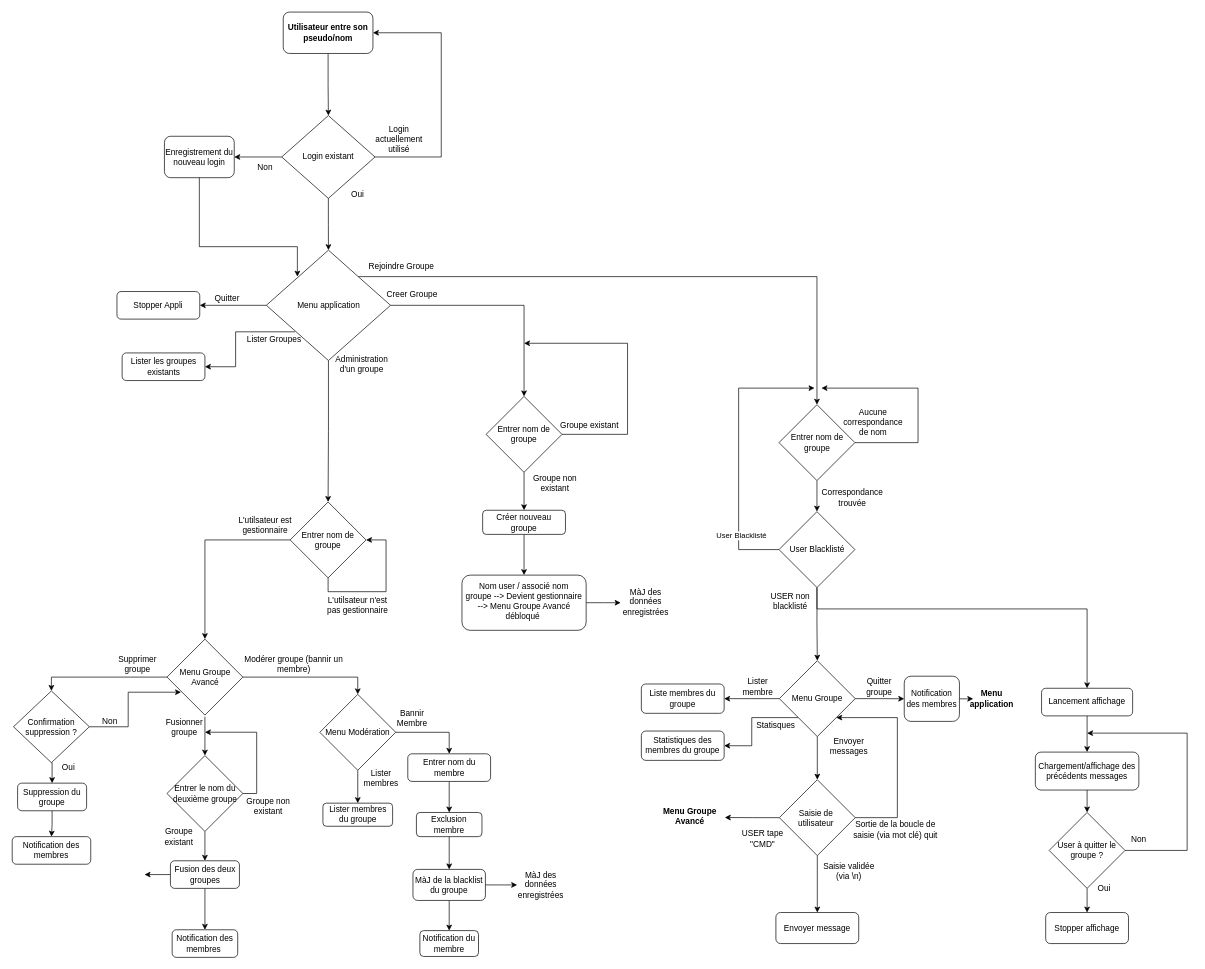
Above: docs/Diagramme/DiagrammeFlux_Projet_a_jourV2.drawio in clementfvrl/projet_linux (draw.io), before the change. Source tidied: cells renumbered, new cells numbered last; positions are measured from the earlier drawing's top-left corner, leaving out a move shared by most shapes. Both pictures are drawn from the tidied source at 69%, with x=0, y=0 at pixel (12, 12).
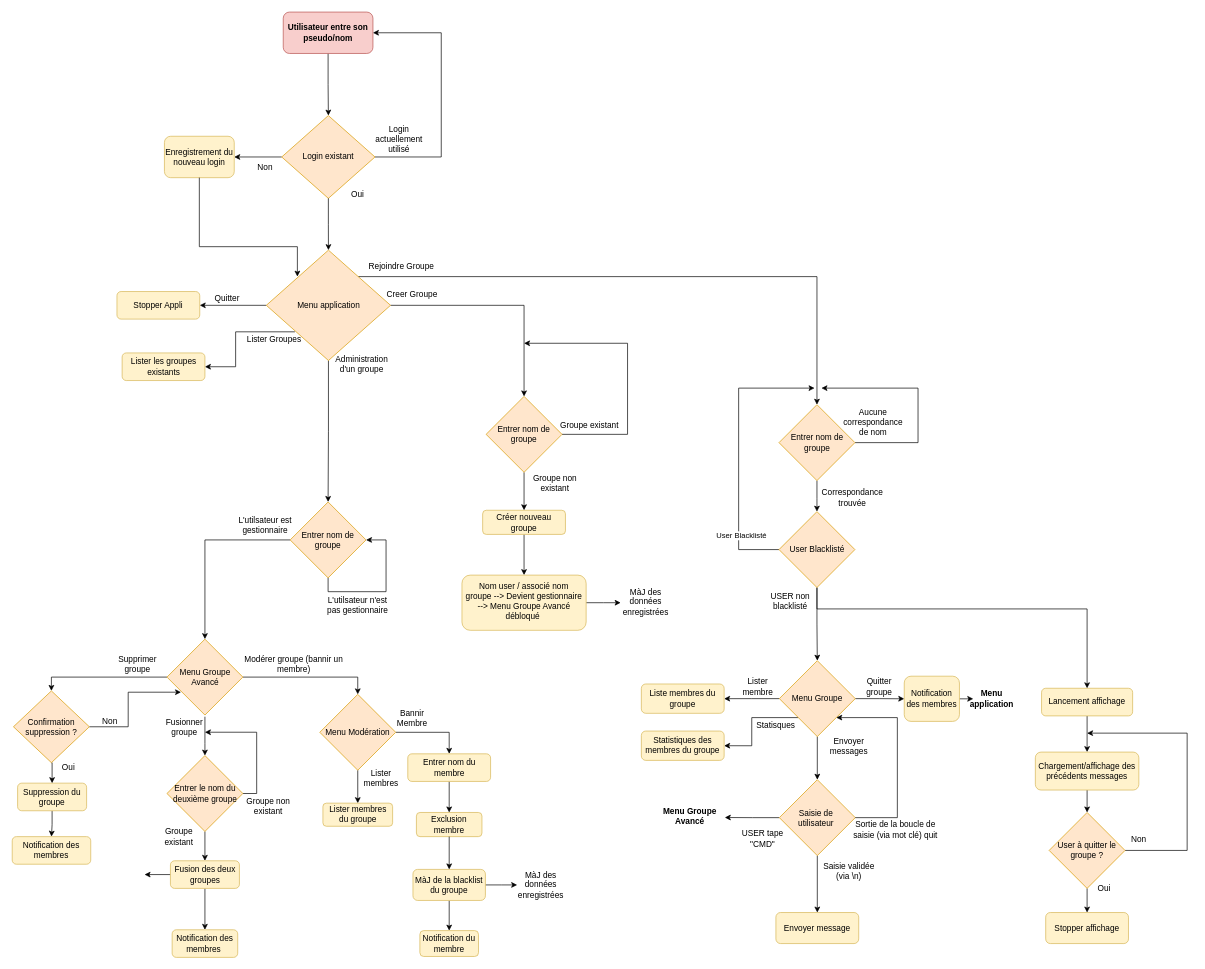
The same page after the edit.

What changed in the source:
```diff
@@
-    <mxCell id="3" value="&lt;b&gt;Utilisateur entre son pseudo/nom&lt;/b&gt;" style="rounded=1;whiteSpace=wrap;html=1;fontSize=12;glass=0;strokeWidth=1;shadow=0;" parent="1" vertex="1">
+    <mxCell id="3" value="&lt;b&gt;Utilisateur entre son pseudo/nom&lt;/b&gt;" style="rounded=1;whiteSpace=wrap;html=1;fontSize=12;glass=0;strokeWidth=1;shadow=0;fillColor=#f8cecc;strokeColor=#b85450;" parent="1" vertex="1">
       <mxGeometry x="393" width="130" height="60" as="geometry" />
     </mxCell>
@@
-    <mxCell id="5" value="Créer nouveau groupe" style="whiteSpace=wrap;html=1;rounded=1;glass=0;strokeWidth=1;shadow=0;" parent="1" vertex="1">
+    <mxCell id="5" value="Créer nouveau groupe" style="whiteSpace=wrap;html=1;rounded=1;glass=0;strokeWidth=1;shadow=0;fillColor=#fff2cc;strokeColor=#d6b656;" parent="1" vertex="1">
       <mxGeometry x="682" y="722" width="120" height="35" as="geometry" />
     </mxCell>
@@
-    <mxCell id="10" value="Saisie de&amp;nbsp;&lt;div&gt;utilisateur&amp;nbsp;&lt;/div&gt;" style="rhombus;whiteSpace=wrap;html=1;" parent="1" vertex="1">
+    <mxCell id="10" value="Saisie de&amp;nbsp;&lt;div&gt;utilisateur&amp;nbsp;&lt;/div&gt;" style="rhombus;whiteSpace=wrap;html=1;fillColor=#ffe6cc;strokeColor=#d79b00;" parent="1" vertex="1">
       <mxGeometry x="1112" y="1112.5" width="110" height="110" as="geometry" />
     </mxCell>
@@
-    <mxCell id="15" value="Menu Groupe" style="rhombus;whiteSpace=wrap;html=1;" parent="1" vertex="1">
+    <mxCell id="15" value="Menu Groupe" style="rhombus;whiteSpace=wrap;html=1;fillColor=#ffe6cc;strokeColor=#d79b00;" parent="1" vertex="1">
       <mxGeometry x="1112" y="940" width="110" height="110" as="geometry" />
     </mxCell>
-    <mxCell id="16" value="Liste membres du groupe" style="rounded=1;whiteSpace=wrap;html=1;" parent="1" vertex="1">
+    <mxCell id="16" value="Liste membres du groupe" style="rounded=1;whiteSpace=wrap;html=1;fillColor=#fff2cc;strokeColor=#d6b656;" parent="1" vertex="1">
       <mxGeometry x="912" y="973.8" width="120" height="42.5" as="geometry" />
     </mxCell>
@@
-    <mxCell id="28" value="Menu application" style="rhombus;whiteSpace=wrap;html=1;points=[[0,0.5,0,0,0],[0.23,0.74,0,0,0],[0.25,0.24,0,0,0],[0.5,0,0,0,0],[0.5,1,0,0,0],[0.74,0.24,0,0,0],[0.76,0.74,0,0,0],[1,0.5,0,0,0]];" parent="1" vertex="1">
+    <mxCell id="28" value="Menu application" style="rhombus;whiteSpace=wrap;html=1;points=[[0,0.5,0,0,0],[0.23,0.74,0,0,0],[0.25,0.24,0,0,0],[0.5,0,0,0,0],[0.5,1,0,0,0],[0.74,0.24,0,0,0],[0.76,0.74,0,0,0],[1,0.5,0,0,0]];fillColor=#ffe6cc;strokeColor=#d79b00;" parent="1" vertex="1">
       <mxGeometry x="368.5" y="345" width="180" height="160" as="geometry" />
     </mxCell>
@@
-    <mxCell id="31" value="Entrer nom de groupe" style="rhombus;whiteSpace=wrap;html=1;" parent="1" vertex="1">
+    <mxCell id="31" value="Entrer nom de groupe" style="rhombus;whiteSpace=wrap;html=1;fillColor=#ffe6cc;strokeColor=#d79b00;" parent="1" vertex="1">
       <mxGeometry x="687" y="557" width="110" height="110" as="geometry" />
     </mxCell>
-    <mxCell id="32" value="Lister les groupes existants" style="rounded=1;whiteSpace=wrap;html=1;fontSize=12;glass=0;strokeWidth=1;shadow=0;" parent="1" vertex="1">
+    <mxCell id="32" value="Lister les groupes existants" style="rounded=1;whiteSpace=wrap;html=1;fontSize=12;glass=0;strokeWidth=1;shadow=0;fillColor=#fff2cc;strokeColor=#d6b656;" parent="1" vertex="1">
       <mxGeometry x="159.5" y="494" width="120" height="40" as="geometry" />
     </mxCell>
@@
-    <mxCell id="34" value="Nom user / associé nom groupe --&amp;gt; Devient gestionnaire --&amp;gt; Menu Groupe Avancé débloqué&amp;nbsp;" style="rounded=1;whiteSpace=wrap;html=1;shadow=0;strokeWidth=1;spacing=6;spacingTop=-4;" parent="1" vertex="1">
+    <mxCell id="34" value="Nom user / associé nom groupe --&amp;gt; Devient gestionnaire --&amp;gt; Menu Groupe Avancé débloqué&amp;nbsp;" style="rounded=1;whiteSpace=wrap;html=1;shadow=0;strokeWidth=1;spacing=6;spacingTop=-4;fillColor=#fff2cc;strokeColor=#d6b656;" parent="1" vertex="1">
       <mxGeometry x="652" y="816" width="180" height="80" as="geometry" />
     </mxCell>
@@
-    <mxCell id="37" value="Menu Groupe&lt;div&gt;Avancé&lt;/div&gt;" style="rhombus;whiteSpace=wrap;html=1;" parent="1" vertex="1">
+    <mxCell id="37" value="Menu Groupe&lt;div&gt;Avancé&lt;/div&gt;" style="rhombus;whiteSpace=wrap;html=1;fillColor=#ffe6cc;strokeColor=#d79b00;" parent="1" vertex="1">
       <mxGeometry x="224.5" y="908.8" width="110" height="110" as="geometry" />
     </mxCell>
@@
-    <mxCell id="40" value="Entrer nom du membre" style="rounded=1;whiteSpace=wrap;html=1;" parent="1" vertex="1">
+    <mxCell id="40" value="Entrer nom du membre" style="rounded=1;whiteSpace=wrap;html=1;fillColor=#fff2cc;strokeColor=#d6b656;" parent="1" vertex="1">
       <mxGeometry x="573.5" y="1075" width="120" height="40" as="geometry" />
     </mxCell>
@@
-    <mxCell id="42" value="Suppression du groupe" style="rounded=1;whiteSpace=wrap;html=1;" parent="1" vertex="1">
+    <mxCell id="42" value="Suppression du groupe" style="rounded=1;whiteSpace=wrap;html=1;fillColor=#fff2cc;strokeColor=#d6b656;" parent="1" vertex="1">
       <mxGeometry x="8" y="1117.5" width="100" height="40" as="geometry" />
     </mxCell>
@@
-    <mxCell id="46" value="Fusion des deux groupes" style="rounded=1;whiteSpace=wrap;html=1;" parent="1" vertex="1">
+    <mxCell id="46" value="Fusion des deux groupes" style="rounded=1;whiteSpace=wrap;html=1;fillColor=#fff2cc;strokeColor=#d6b656;" parent="1" vertex="1">
       <mxGeometry x="229.5" y="1230" width="100" height="40" as="geometry" />
     </mxCell>
@@
-    <mxCell id="50" value="Exclusion membre" style="rounded=1;whiteSpace=wrap;html=1;" parent="1" vertex="1">
+    <mxCell id="50" value="Exclusion membre" style="rounded=1;whiteSpace=wrap;html=1;fillColor=#fff2cc;strokeColor=#d6b656;" parent="1" vertex="1">
       <mxGeometry x="586" y="1160" width="95" height="35" as="geometry" />
     </mxCell>
@@
-    <mxCell id="52" value="MàJ de la blacklist du groupe" style="whiteSpace=wrap;html=1;rounded=1;" parent="1" vertex="1">
+    <mxCell id="52" value="MàJ de la blacklist du groupe" style="whiteSpace=wrap;html=1;rounded=1;fillColor=#fff2cc;strokeColor=#d6b656;" parent="1" vertex="1">
       <mxGeometry x="581" y="1242.5" width="105" height="45" as="geometry" />
     </mxCell>
-    <mxCell id="53" value="Notification des membres&amp;nbsp;" style="rounded=1;whiteSpace=wrap;html=1;" parent="1" vertex="1">
+    <mxCell id="53" value="Notification des membres&amp;nbsp;" style="rounded=1;whiteSpace=wrap;html=1;fillColor=#fff2cc;strokeColor=#d6b656;" parent="1" vertex="1">
       <mxGeometry x="232" y="1330" width="95" height="40" as="geometry" />
     </mxCell>
-    <mxCell id="54" value="Notification du membre" style="rounded=1;whiteSpace=wrap;html=1;" parent="1" vertex="1">
+    <mxCell id="54" value="Notification du membre" style="rounded=1;whiteSpace=wrap;html=1;fillColor=#fff2cc;strokeColor=#d6b656;" parent="1" vertex="1">
       <mxGeometry x="591" y="1331.2" width="85" height="37.5" as="geometry" />
     </mxCell>
@@
-    <mxCell id="57" value="Entrer nom de groupe" style="rhombus;whiteSpace=wrap;html=1;" parent="1" vertex="1">
+    <mxCell id="57" value="Entrer nom de groupe" style="rhombus;whiteSpace=wrap;html=1;fillColor=#ffe6cc;strokeColor=#d79b00;" parent="1" vertex="1">
       <mxGeometry x="403" y="710" width="110" height="110" as="geometry" />
     </mxCell>
@@
-    <mxCell id="64" value="Entrer nom de groupe" style="rhombus;whiteSpace=wrap;html=1;" parent="1" vertex="1">
+    <mxCell id="64" value="Entrer nom de groupe" style="rhombus;whiteSpace=wrap;html=1;fillColor=#ffe6cc;strokeColor=#d79b00;" parent="1" vertex="1">
       <mxGeometry x="1111.5" y="569" width="110" height="110" as="geometry" />
     </mxCell>
@@
-    <mxCell id="68" value="Lancement affichage" style="rounded=1;whiteSpace=wrap;html=1;" parent="1" vertex="1">
+    <mxCell id="68" value="Lancement affichage" style="rounded=1;whiteSpace=wrap;html=1;fillColor=#fff2cc;strokeColor=#d6b656;" parent="1" vertex="1">
       <mxGeometry x="1492" y="980" width="132" height="40" as="geometry" />
     </mxCell>
@@
-    <mxCell id="71" value="Chargement/affichage des précédents messages" style="rounded=1;whiteSpace=wrap;html=1;" parent="1" vertex="1">
+    <mxCell id="71" value="Chargement/affichage des précédents messages" style="rounded=1;whiteSpace=wrap;html=1;fillColor=#fff2cc;strokeColor=#d6b656;" parent="1" vertex="1">
       <mxGeometry x="1483" y="1072.5" width="150" height="55" as="geometry" />
     </mxCell>
-    <mxCell id="72" value="Envoyer message" style="rounded=1;whiteSpace=wrap;html=1;" parent="1" vertex="1">
+    <mxCell id="72" value="Envoyer message" style="rounded=1;whiteSpace=wrap;html=1;fillColor=#fff2cc;strokeColor=#d6b656;" parent="1" vertex="1">
       <mxGeometry x="1107" y="1305" width="120" height="45" as="geometry" />
     </mxCell>
@@
-    <mxCell id="78" value="Confirmation suppression ?" style="rhombus;whiteSpace=wrap;html=1;" parent="1" vertex="1">
+    <mxCell id="78" value="Confirmation suppression ?" style="rhombus;whiteSpace=wrap;html=1;fillColor=#ffe6cc;strokeColor=#d79b00;" parent="1" vertex="1">
       <mxGeometry x="2" y="983.8" width="110" height="104" as="geometry" />
     </mxCell>
-    <mxCell id="79" value="Notification des membres" style="rounded=1;whiteSpace=wrap;html=1;" parent="1" vertex="1">
+    <mxCell id="79" value="Notification des membres" style="rounded=1;whiteSpace=wrap;html=1;fillColor=#fff2cc;strokeColor=#d6b656;" parent="1" vertex="1">
       <mxGeometry x="0.2" y="1195" width="113.8" height="40" as="geometry" />
     </mxCell>
@@
-    <mxCell id="84" value="Entrer le nom du deuxième groupe" style="rhombus;whiteSpace=wrap;html=1;" parent="1" vertex="1">
+    <mxCell id="84" value="Entrer le nom du deuxième groupe" style="rhombus;whiteSpace=wrap;html=1;fillColor=#ffe6cc;strokeColor=#d79b00;" parent="1" vertex="1">
       <mxGeometry x="224.5" y="1077.5" width="110" height="110" as="geometry" />
     </mxCell>
@@
-    <mxCell id="89" value="Menu Modération" style="rhombus;whiteSpace=wrap;html=1;" parent="1" vertex="1">
+    <mxCell id="89" value="Menu Modération" style="rhombus;whiteSpace=wrap;html=1;fillColor=#ffe6cc;strokeColor=#d79b00;" parent="1" vertex="1">
       <mxGeometry x="446" y="988.8" width="110" height="110" as="geometry" />
     </mxCell>
-    <mxCell id="90" value="Lister membres du groupe" style="rounded=1;whiteSpace=wrap;html=1;" parent="1" vertex="1">
+    <mxCell id="90" value="Lister membres du groupe" style="rounded=1;whiteSpace=wrap;html=1;fillColor=#fff2cc;strokeColor=#d6b656;" parent="1" vertex="1">
       <mxGeometry x="450.5" y="1146.5" width="101" height="33.5" as="geometry" />
     </mxCell>
@@
-    <mxCell id="93" value="User Blacklisté" style="rhombus;whiteSpace=wrap;html=1;" parent="1" vertex="1">
+    <mxCell id="93" value="User Blacklisté" style="rhombus;whiteSpace=wrap;html=1;fillColor=#ffe6cc;strokeColor=#d79b00;" parent="1" vertex="1">
       <mxGeometry x="1111.5" y="724" width="110" height="110" as="geometry" />
     </mxCell>
@@
-    <mxCell id="95" value="Stopper Appli" style="rounded=1;whiteSpace=wrap;html=1;fontSize=12;glass=0;strokeWidth=1;shadow=0;" parent="1" vertex="1">
+    <mxCell id="95" value="Stopper Appli" style="rounded=1;whiteSpace=wrap;html=1;fontSize=12;glass=0;strokeWidth=1;shadow=0;fillColor=#fff2cc;strokeColor=#d6b656;" parent="1" vertex="1">
       <mxGeometry x="152" y="405" width="120" height="40" as="geometry" />
     </mxCell>
@@
-    <mxCell id="97" value="Statistiques des membres du groupe" style="rounded=1;whiteSpace=wrap;html=1;" parent="1" vertex="1">
+    <mxCell id="97" value="Statistiques des membres du groupe" style="rounded=1;whiteSpace=wrap;html=1;fillColor=#fff2cc;strokeColor=#d6b656;" parent="1" vertex="1">
       <mxGeometry x="912" y="1042" width="120" height="42.5" as="geometry" />
     </mxCell>
@@
-    <mxCell id="100" value="User à quitter le groupe ?" style="rhombus;whiteSpace=wrap;html=1;" parent="1" vertex="1">
+    <mxCell id="100" value="User à quitter le groupe ?" style="rhombus;whiteSpace=wrap;html=1;fillColor=#ffe6cc;strokeColor=#d79b00;" parent="1" vertex="1">
       <mxGeometry x="1503" y="1160" width="110" height="110" as="geometry" />
     </mxCell>
-    <mxCell id="101" value="Stopper affichage" style="rounded=1;whiteSpace=wrap;html=1;" parent="1" vertex="1">
+    <mxCell id="101" value="Stopper affichage" style="rounded=1;whiteSpace=wrap;html=1;fillColor=#fff2cc;strokeColor=#d6b656;" parent="1" vertex="1">
       <mxGeometry x="1498" y="1305" width="120" height="45" as="geometry" />
     </mxCell>
@@
-    <mxCell id="113" value="Login existant" style="rhombus;whiteSpace=wrap;html=1;points=[[0,0.5,0,0,0],[0.23,0.74,0,0,0],[0.25,0.24,0,0,0],[0.5,0,0,0,0],[0.5,1,0,0,0],[0.74,0.24,0,0,0],[0.76,0.74,0,0,0],[1,0.5,0,0,0]];" parent="1" vertex="1">
+    <mxCell id="113" value="Login existant" style="rhombus;whiteSpace=wrap;html=1;points=[[0,0.5,0,0,0],[0.23,0.74,0,0,0],[0.25,0.24,0,0,0],[0.5,0,0,0,0],[0.5,1,0,0,0],[0.74,0.24,0,0,0],[0.76,0.74,0,0,0],[1,0.5,0,0,0]];fillColor=#ffe6cc;strokeColor=#d79b00;" parent="1" vertex="1">
       <mxGeometry x="390.8" y="150" width="135.2" height="120" as="geometry" />
     </mxCell>
@@
-    <mxCell id="115" value="Enregistrement du nouveau login" style="rounded=1;whiteSpace=wrap;html=1;" parent="1" vertex="1">
+    <mxCell id="115" value="Enregistrement du nouveau login" style="rounded=1;whiteSpace=wrap;html=1;fillColor=#fff2cc;strokeColor=#d6b656;" parent="1" vertex="1">
       <mxGeometry x="220.8" y="180" width="101.2" height="60" as="geometry" />
     </mxCell>
@@
-    <mxCell id="123" value="Notification des membres" style="rounded=1;whiteSpace=wrap;html=1;" parent="1" vertex="1">
+    <mxCell id="123" value="Notification des membres" style="rounded=1;whiteSpace=wrap;html=1;fillColor=#fff2cc;strokeColor=#d6b656;" parent="1" vertex="1">
       <mxGeometry x="1293" y="962.5" width="80" height="65.5" as="geometry" />
     </mxCell>
```
